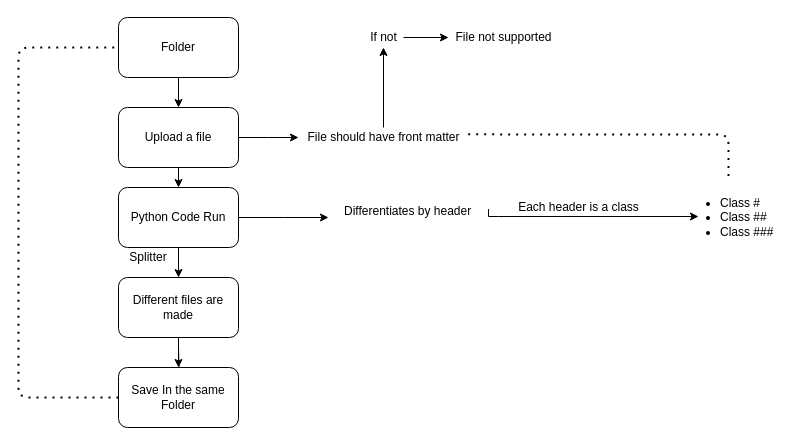
This is code-splitter-test.drawio from MasihHedayati/code-splitter-test, a draw.io file, before an edit. Source tidied: cells renumbered, new cells numbered last; positions are measured from the earlier drawing's top-left corner, leaving out a move shared by most shapes. Both pictures are drawn from the tidied source at 100%, with x=0, y=0 at pixel (18, 17).
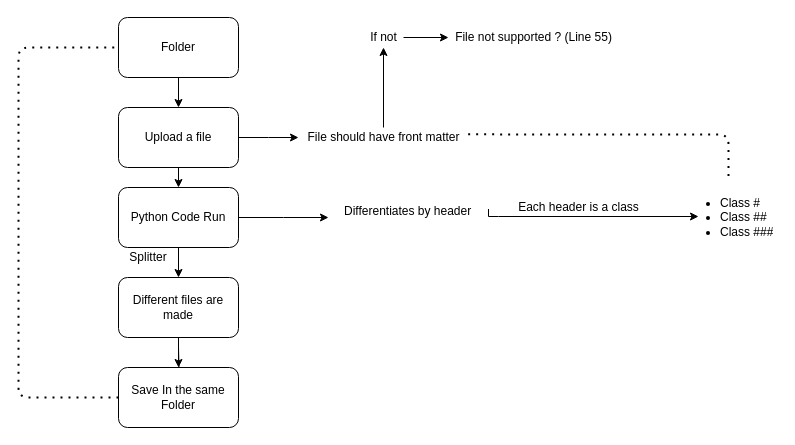
The same diagram, later.

What changed in the source:
```diff
@@
-    <mxCell id="25" value="File not supported" style="text;html=1;align=center;verticalAlign=middle;points=[];strokeColor=none;fillColor=none;" parent="1" vertex="1">
-      <mxGeometry x="430" y="10" width="110" height="20" as="geometry" />
+    <mxCell id="25" value="File not supported ? (Line 55)" style="text;html=1;align=center;verticalAlign=middle;points=[];strokeColor=none;fillColor=none;" parent="1" vertex="1">
+      <mxGeometry x="430" y="10" width="170" height="20" as="geometry" />
     </mxCell>
```
